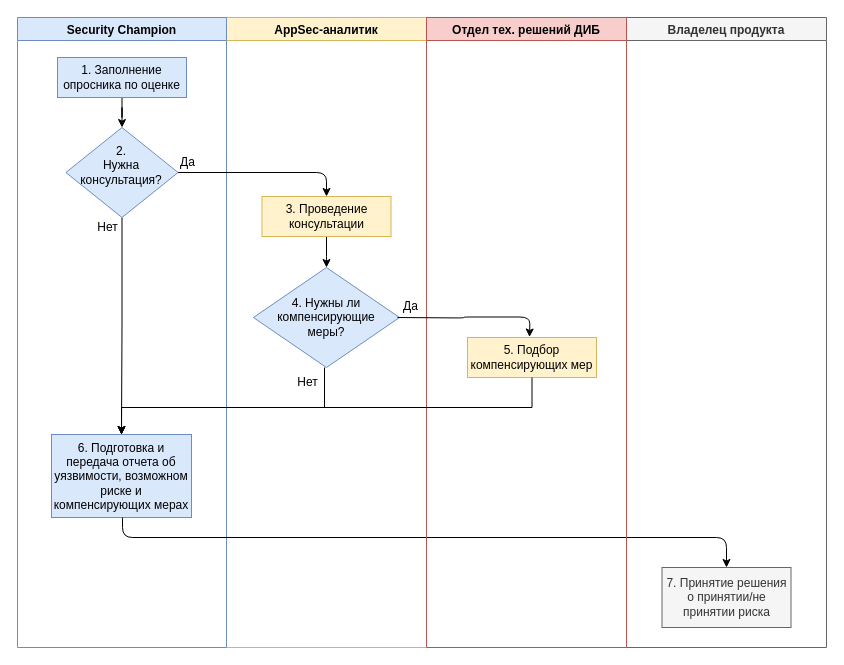
GoluzinaD/Python keeps this draw.io diagram as page "Оценка риска" (2 of 10) of Untitled Diagram2.drawio. Above is the earlier version. Source tidied: cells renumbered, new cells numbered last; positions are measured from the earlier drawing's top-left corner, leaving out a move shared by most shapes. Both pictures are drawn from the tidied source at 100%, with x=0, y=0 at pixel (17, 17).
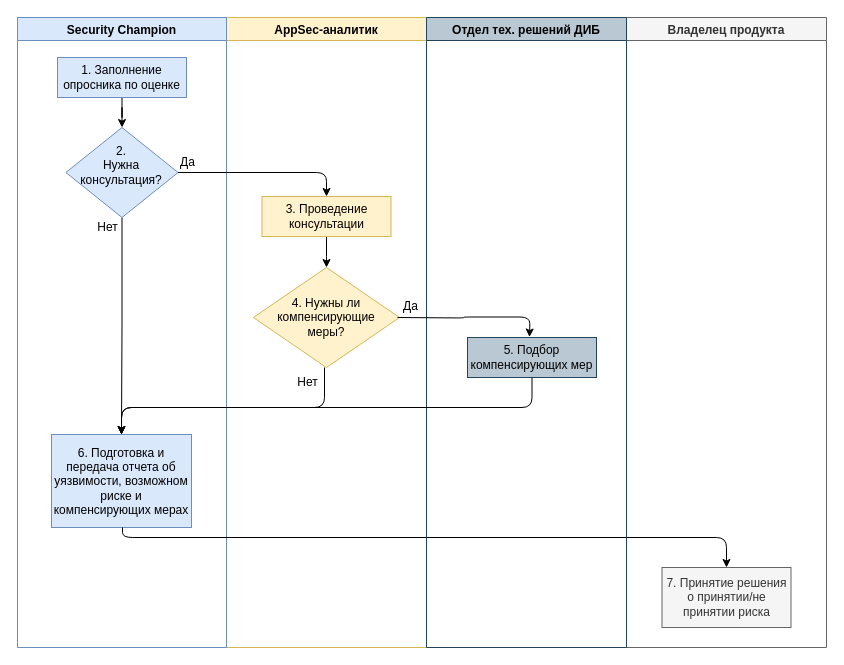
Above is the later version.

Unchanged cells that the change refers to:
```xml
<mxCell id="2" value="AppSec-аналитик" style="swimlane;rounded=0;sketch=0;fillColor=#fff2cc;strokeColor=#d6b656;" parent="1" vertex="1">
  <mxGeometry x="209" width="200" height="630" as="geometry" />
</mxCell>
<mxCell id="7" value="Security Champion" style="swimlane;rounded=0;sketch=0;fillColor=#dae8fc;strokeColor=#6c8ebf;" parent="1" vertex="1">
  <mxGeometry width="209" height="630" as="geometry" />
</mxCell>
```

The edit, as a diff of the source:
```diff
@@
-    <mxCell id="5" value="&lt;div&gt;4.&amp;nbsp;&lt;span style=&quot;background-color: initial;&quot;&gt;Нужны ли компенсирующие&lt;/span&gt;&lt;/div&gt;&lt;div&gt;&lt;span style=&quot;background-color: initial;&quot;&gt;меры?&lt;/span&gt;&lt;/div&gt;" style="rhombus;whiteSpace=wrap;html=1;rounded=0;sketch=0;fontSize=12;fillColor=#dae8fc;strokeColor=#6c8ebf;" parent="2" vertex="1">
+    <mxCell id="5" value="&lt;div&gt;4.&amp;nbsp;&lt;span style=&quot;background-color: initial;&quot;&gt;Нужны ли компенсирующие&lt;/span&gt;&lt;/div&gt;&lt;div&gt;&lt;span style=&quot;background-color: initial;&quot;&gt;меры?&lt;/span&gt;&lt;/div&gt;" style="rhombus;whiteSpace=wrap;html=1;rounded=0;sketch=0;fontSize=12;fillColor=#fff2cc;strokeColor=#d6b656;" parent="2" vertex="1">
       <mxGeometry x="26.9" y="250" width="146.1" height="100" as="geometry" />
     </mxCell>
@@
     <mxCell id="12" value="6. Подготовка и передача отчета об уязвимости, возможном риске и компенсирующих мерах" style="rounded=0;whiteSpace=wrap;html=1;sketch=0;fontSize=12;fillColor=#dae8fc;strokeColor=#6c8ebf;" parent="7" vertex="1">
-      <mxGeometry x="34" y="417" width="140" height="83" as="geometry" />
+      <mxGeometry x="34" y="417" width="140" height="93" as="geometry" />
     </mxCell>
@@
-    <mxCell id="19" value="Отдел тех. решений ДИБ" style="swimlane;rounded=0;sketch=0;fillColor=#f8cecc;strokeColor=#b85450;" parent="1" vertex="1">
+    <mxCell id="19" value="Отдел тех. решений ДИБ" style="swimlane;rounded=0;sketch=0;fillColor=#bac8d3;strokeColor=#23445d;" parent="1" vertex="1">
       <mxGeometry x="409" width="200" height="630" as="geometry" />
     </mxCell>
@@
-    <mxCell id="22" value="5. Подбор компенсирующих мер" style="rounded=0;whiteSpace=wrap;html=1;sketch=0;fontSize=12;fillColor=#fff2cc;strokeColor=#d6b656;" parent="19" vertex="1">
+    <mxCell id="22" value="5. Подбор компенсирующих мер" style="rounded=0;whiteSpace=wrap;html=1;sketch=0;fontSize=12;fillColor=#bac8d3;strokeColor=#23445d;" parent="19" vertex="1">
       <mxGeometry x="41" y="320" width="129" height="40" as="geometry" />
     </mxCell>
-    <mxCell id="23" style="edgeStyle=orthogonalEdgeStyle;rounded=0;orthogonalLoop=1;jettySize=auto;html=1;exitX=0.5;exitY=1;exitDx=0;exitDy=0;" parent="1" edge="1">
+    <mxCell id="23" style="edgeStyle=orthogonalEdgeStyle;rounded=1;orthogonalLoop=1;jettySize=auto;html=1;exitX=0.5;exitY=1;exitDx=0;exitDy=0;" parent="1" edge="1">
       <mxGeometry relative="1" as="geometry">
         <mxPoint x="307" y="350" as="sourcePoint" />
         <mxPoint x="104" y="417" as="targetPoint" />
         <Array as="points">
           <mxPoint x="307" y="390" />
           <mxPoint x="104" y="390" />
         </Array>
       </mxGeometry>
     </mxCell>
-    <mxCell id="24" style="edgeStyle=orthogonalEdgeStyle;rounded=0;jettySize=auto;html=1;exitX=0.5;exitY=1;exitDx=0;exitDy=0;entryX=0.5;entryY=0;entryDx=0;entryDy=0;" parent="1" edge="1" source="22" target="12">
+    <mxCell id="24" style="edgeStyle=orthogonalEdgeStyle;rounded=1;jettySize=auto;html=1;exitX=0.5;exitY=1;exitDx=0;exitDy=0;entryX=0.5;entryY=0;entryDx=0;entryDy=0;" parent="1" edge="1" source="22" target="12">
       <mxGeometry relative="1" as="geometry">
         <Array as="points">
           <mxPoint x="515" y="390" />
           <mxPoint x="104" y="390" />
         </Array>
       </mxGeometry>
     </mxCell>
```
